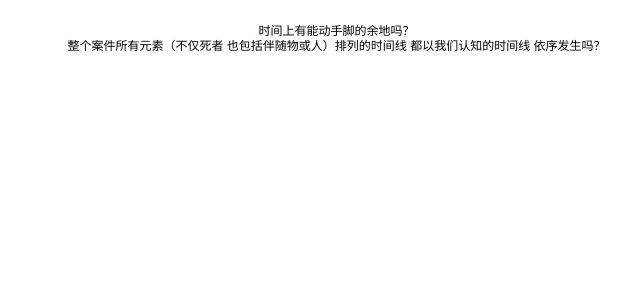
Before: 密室分类.drawio in luboq/draw.io, a draw.io diagram. Source tidied: cells renumbered, new cells numbered last; positions are measured from the earlier drawing's top-left corner, leaving out a move shared by most shapes. Both pictures are drawn from the tidied source at 100%, with x=0, y=0 at pixel (58, 17).
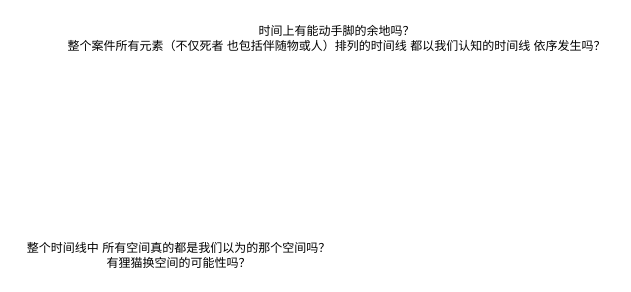
After the change.

Commit message:
更新密室分类.drawio

What changed in the source:
```diff
@@
 <mxGraphModel>
   <root>
     <mxCell id="0" />
     <mxCell id="1" parent="0" />
     <mxCell id="2" value="时间上有能动手脚的余地吗？&lt;br&gt;整个案件所有元素（不仅死者 也包括伴随物或人）排列的时间线 都以我们认知的时间线 依序发生吗？" style="text;html=1;align=center;verticalAlign=middle;strokeColor=none;fillColor=none;" parent="1" vertex="1">
       <mxGeometry width="556" height="41" as="geometry" />
     </mxCell>
+    <mxCell id="3" value="整个时间线中 所有空间真的都是我们以为的那个空间吗？&lt;br&gt;有狸猫换空间的可能性吗？" style="text;html=1;align=center;verticalAlign=middle;strokeColor=none;fillColor=none;" parent="1" vertex="1">
+      <mxGeometry x="-41" y="217" width="321" height="41" as="geometry" />
+    </mxCell>
   </root>
 </mxGraphModel>
```
